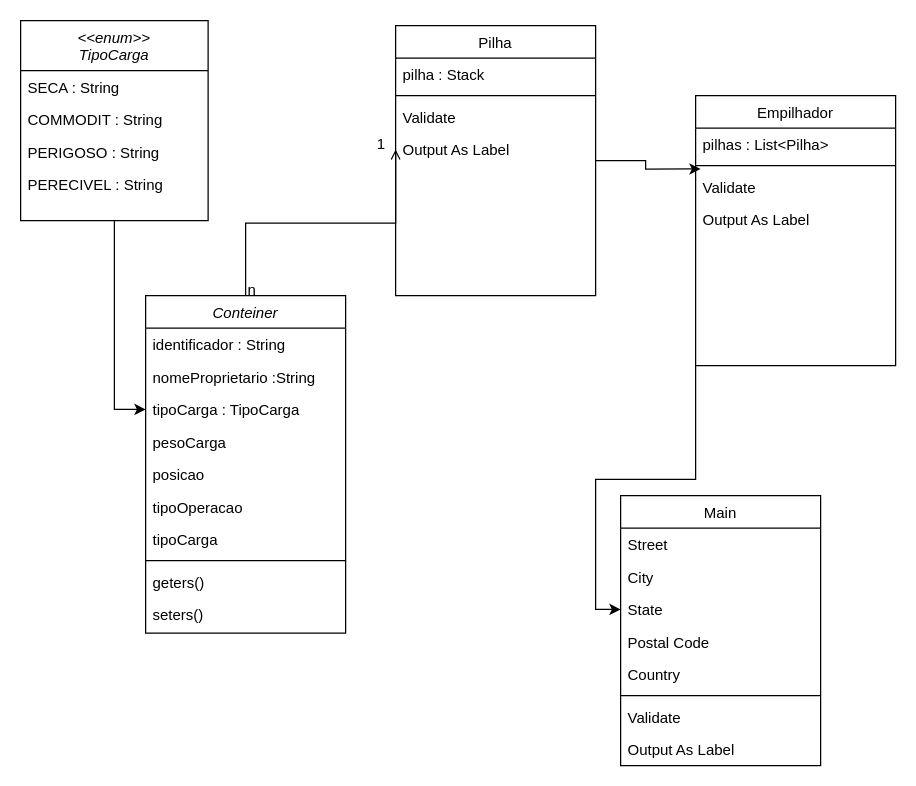
This is EmpilhamentoConteiners.drawio from sergiomnds/projeto_lp2, a draw.io file, before an edit. Source tidied: cells renumbered, new cells numbered last; positions are measured from the earlier drawing's top-left corner, leaving out a move shared by most shapes. Both pictures are drawn from the tidied source at 125%, with x=0, y=0 at pixel (20, 20).
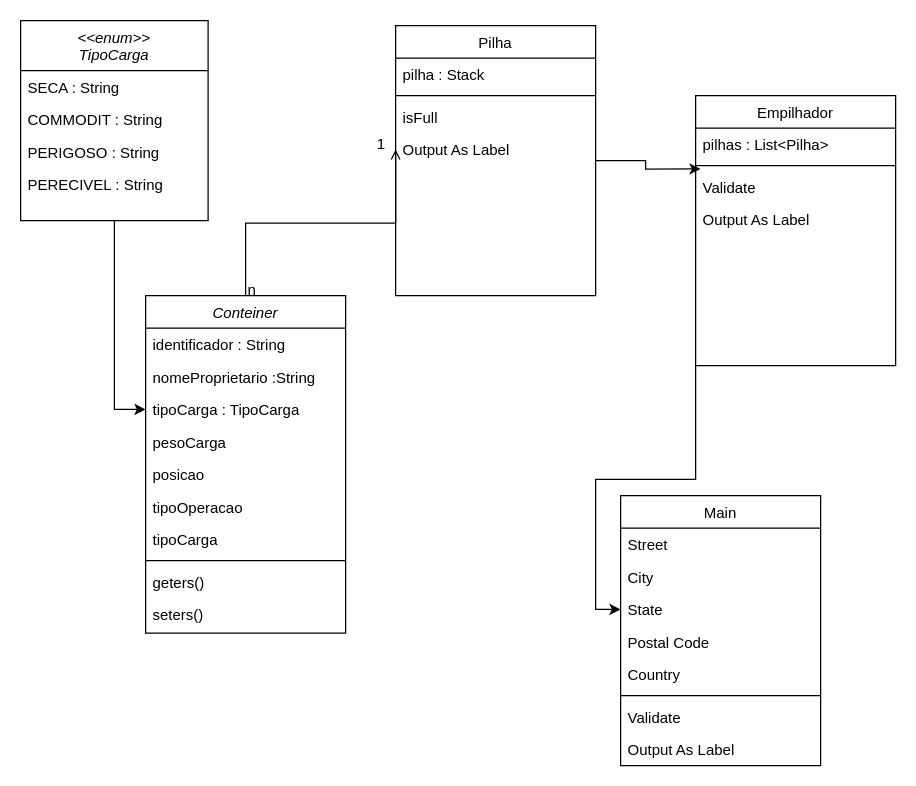
Above is the later version.

The change refers to these unchanged cells:
```xml
<mxCell id="38" value="Pilha" style="swimlane;fontStyle=0;align=center;verticalAlign=top;horizontal=1;startSize=26;rounded=0;shadow=0;strokeWidth=1;" parent="1" vertex="1">
  <mxGeometry x="300" y="4" width="160" height="216" as="geometry" />
</mxCell>
```

What changed in the source:
```diff
@@
-    <mxCell id="41" value="Validate" style="text;align=left;verticalAlign=top;spacingLeft=4;spacingRight=4;overflow=hidden;" parent="38" vertex="1">
+    <mxCell id="41" value="isFull" style="text;align=left;verticalAlign=top;spacingLeft=4;spacingRight=4;overflow=hidden;" parent="38" vertex="1">
       <mxGeometry y="60" width="160" height="26" as="geometry" />
     </mxCell>
```
